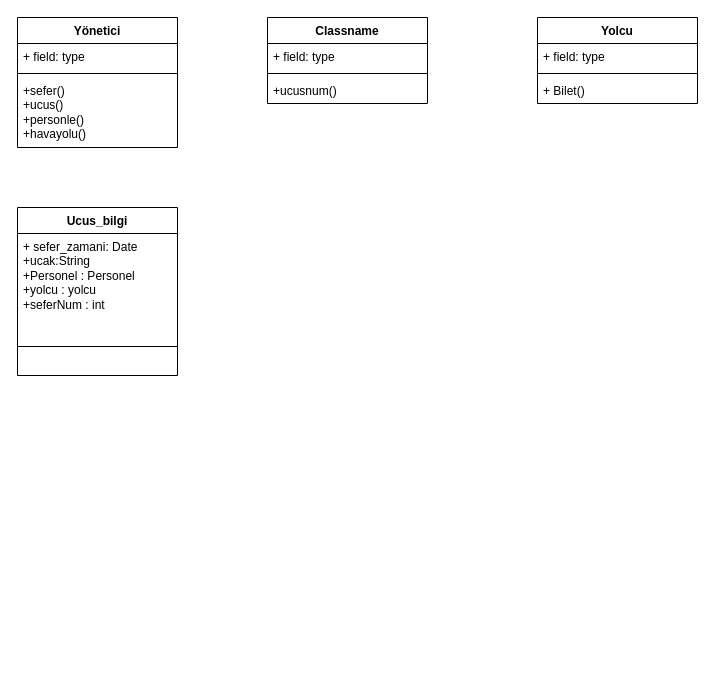
Above: Untitled Diagram.drawio in halkhattab63/python-Introduction (draw.io), before the change. Source tidied: cells renumbered, new cells numbered last; positions are measured from the earlier drawing's top-left corner, leaving out a move shared by most shapes. Both pictures are drawn from the tidied source at 100%, with x=0, y=0 at pixel (17, 17).
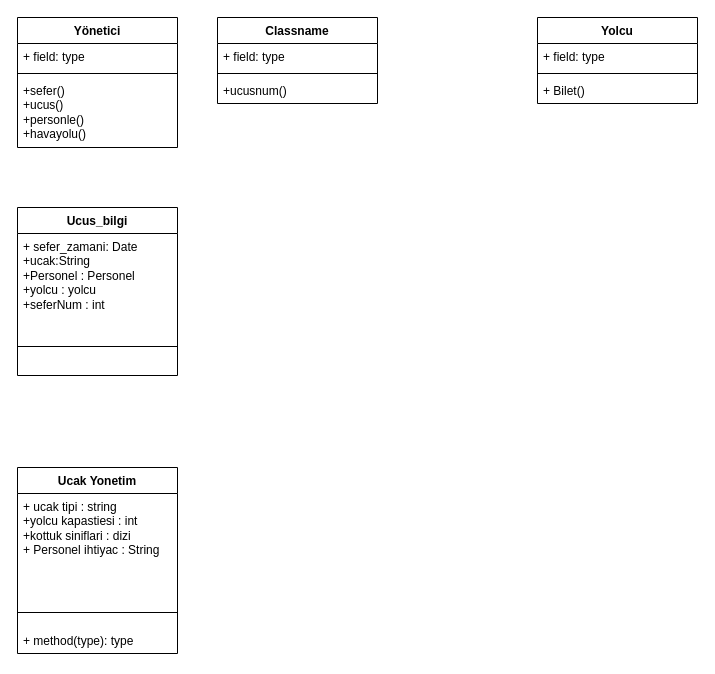
The same page after the edit.

Change to the diagram source:
```diff
@@
     <mxCell id="6" value="Classname" style="swimlane;fontStyle=1;align=center;verticalAlign=top;horizontal=1;startSize=26;whiteSpace=wrap;html=1;" parent="1" vertex="1">
-      <mxGeometry x="250" width="160" height="86" as="geometry" />
+      <mxGeometry x="200" width="160" height="86" as="geometry" />
     </mxCell>
@@
+    <mxCell id="17" value="Ucak Yonetim" style="swimlane;fontStyle=1;align=center;verticalAlign=top;horizontal=1;startSize=26;whiteSpace=wrap;html=1;" parent="1" vertex="1">
+      <mxGeometry y="450" width="160" height="186" as="geometry" />
+    </mxCell>
+    <mxCell id="18" value="+ ucak tipi : string&lt;br&gt;+yolcu kapastiesi : int&amp;nbsp;&lt;br&gt;+kottuk siniflari : dizi&amp;nbsp;&lt;br&gt;+ Personel ihtiyac : String" style="text;strokeColor=none;fillColor=none;align=left;verticalAlign=top;spacingLeft=4;spacingRight=4;overflow=hidden;whiteSpace=wrap;html=1;" parent="17" vertex="1">
+      <mxGeometry y="26" width="160" height="104" as="geometry" />
+    </mxCell>
+    <mxCell id="19" style="line;strokeWidth=1;fillColor=none;align=left;verticalAlign=middle;spacingTop=-1;spacingLeft=3;spacingRight=3;labelPosition=right;strokeColor=inherit;" parent="17" vertex="1">
+      <mxGeometry y="130" width="160" height="30" as="geometry" />
+    </mxCell>
+    <mxCell id="20" value="+ method(type): type" style="text;strokeColor=none;fillColor=none;align=left;verticalAlign=top;spacingLeft=4;spacingRight=4;overflow=hidden;whiteSpace=wrap;html=1;" parent="17" vertex="1">
+      <mxGeometry y="160" width="160" height="26" as="geometry" />
+    </mxCell>
```
